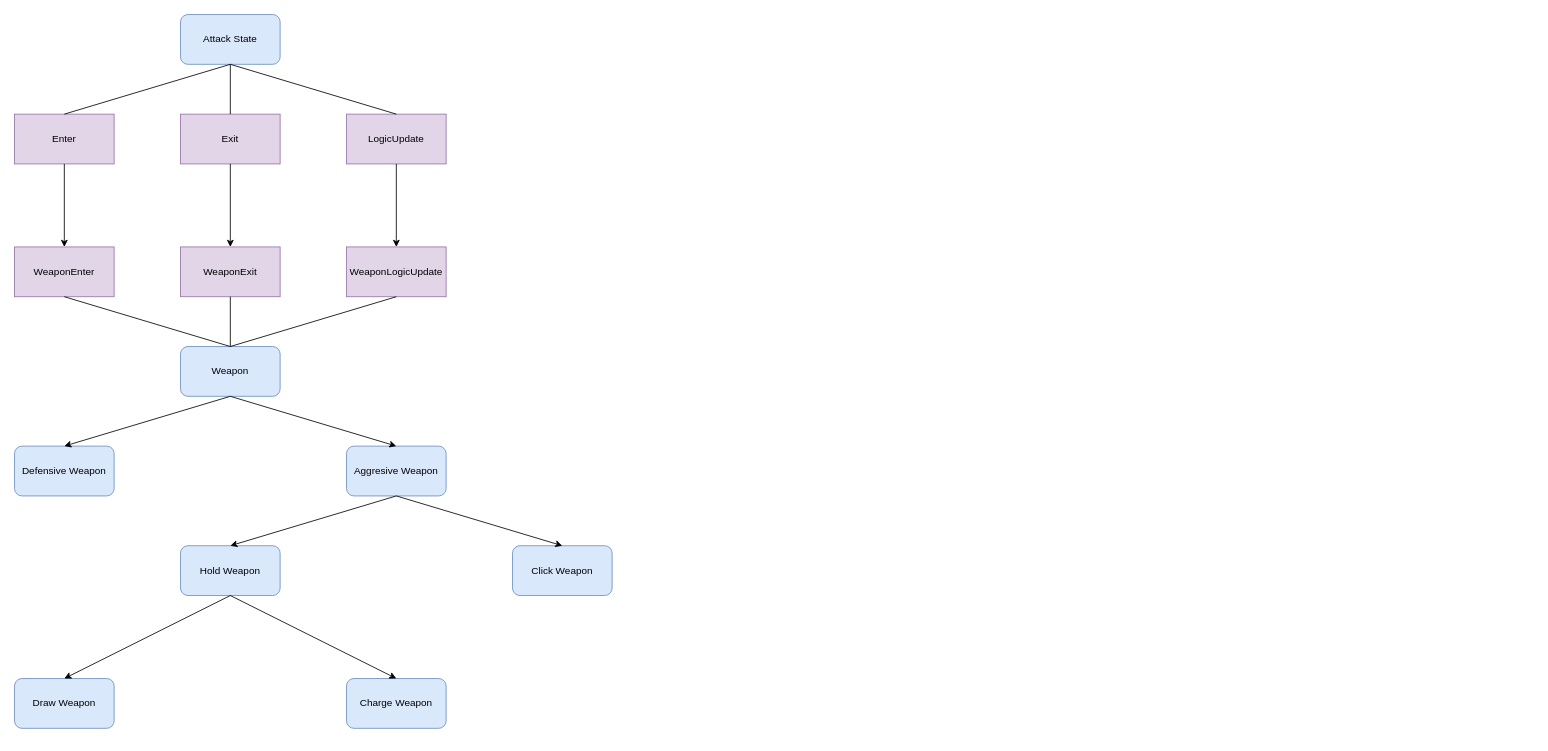
Before: page "PlayerMultiWeaponAttackState" (4 of 4) of MaquinaEstadosPlayer.drawio in DarkSehna/GamesAlexandre, a draw.io diagram. Source tidied: cells renumbered, new cells numbered last; positions are measured from the earlier drawing's top-left corner, leaving out a move shared by most shapes. Both pictures are drawn from the tidied source at 83%, with x=0, y=0 at pixel (14, 14).
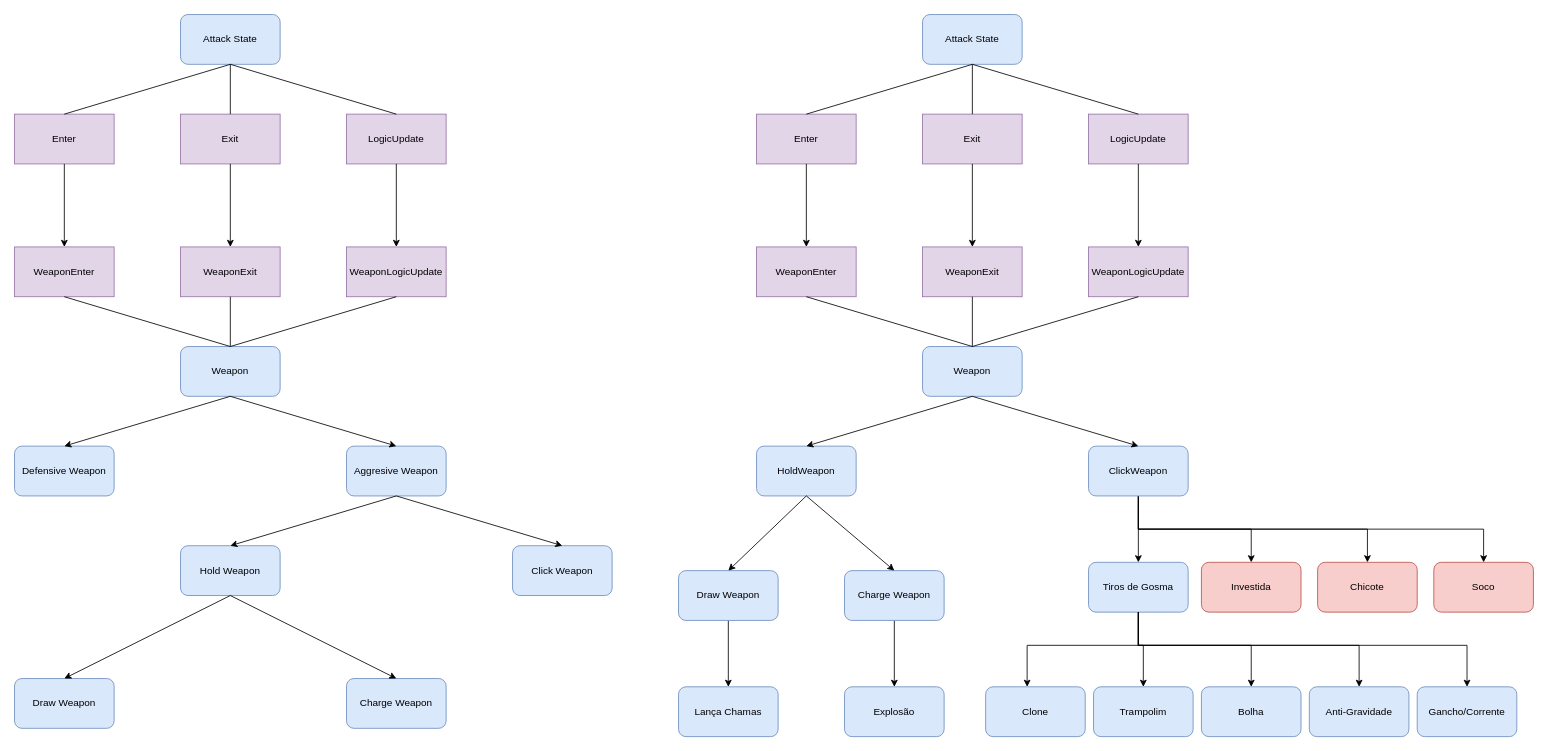
After the change.

What changed in the source:
```diff
@@
+    <mxCell id="31" value="Attack State" style="rounded=1;whiteSpace=wrap;html=1;fillColor=#dae8fc;strokeColor=#6c8ebf;" parent="1" vertex="1">
+      <mxGeometry x="1094" width="120" height="60" as="geometry" />
+    </mxCell>
+    <mxCell id="32" value="Enter" style="rounded=0;whiteSpace=wrap;html=1;fillColor=#e1d5e7;strokeColor=#9673a6;" parent="1" vertex="1">
+      <mxGeometry x="894" y="120" width="120" height="60" as="geometry" />
+    </mxCell>
+    <mxCell id="33" value="Exit" style="rounded=0;whiteSpace=wrap;html=1;fillColor=#e1d5e7;strokeColor=#9673a6;" parent="1" vertex="1">
+      <mxGeometry x="1094" y="120" width="120" height="60" as="geometry" />
+    </mxCell>
+    <mxCell id="34" value="LogicUpdate" style="rounded=0;whiteSpace=wrap;html=1;fillColor=#e1d5e7;strokeColor=#9673a6;" parent="1" vertex="1">
+      <mxGeometry x="1294" y="120" width="120" height="60" as="geometry" />
+    </mxCell>
+    <mxCell id="35" value="WeaponEnter" style="rounded=0;whiteSpace=wrap;html=1;fillColor=#e1d5e7;strokeColor=#9673a6;" parent="1" vertex="1">
+      <mxGeometry x="894" y="280" width="120" height="60" as="geometry" />
+    </mxCell>
+    <mxCell id="36" value="WeaponExit" style="rounded=0;whiteSpace=wrap;html=1;fillColor=#e1d5e7;strokeColor=#9673a6;" parent="1" vertex="1">
+      <mxGeometry x="1094" y="280" width="120" height="60" as="geometry" />
+    </mxCell>
+    <mxCell id="37" value="WeaponLogicUpdate" style="rounded=0;whiteSpace=wrap;html=1;fillColor=#e1d5e7;strokeColor=#9673a6;" parent="1" vertex="1">
+      <mxGeometry x="1294" y="280" width="120" height="60" as="geometry" />
+    </mxCell>
+    <mxCell id="38" value="Weapon" style="rounded=1;whiteSpace=wrap;html=1;fillColor=#dae8fc;strokeColor=#6c8ebf;" parent="1" vertex="1">
+      <mxGeometry x="1094" y="400" width="120" height="60" as="geometry" />
+    </mxCell>
+    <mxCell id="39" value="HoldWeapon" style="rounded=1;whiteSpace=wrap;html=1;fillColor=#dae8fc;strokeColor=#6c8ebf;" parent="1" vertex="1">
+      <mxGeometry x="894" y="520" width="120" height="60" as="geometry" />
+    </mxCell>
+    <mxCell id="40" style="edgeStyle=orthogonalEdgeStyle;rounded=0;jettySize=auto;html=1;exitX=0.5;exitY=1;exitDx=0;exitDy=0;" parent="1" edge="1" source="44" target="67">
+      <mxGeometry relative="1" as="geometry">
+        <Array as="points">
+          <mxPoint x="1354" y="620" />
+          <mxPoint x="1490" y="620" />
+        </Array>
+      </mxGeometry>
+    </mxCell>
+    <mxCell id="41" style="edgeStyle=orthogonalEdgeStyle;rounded=0;jettySize=auto;html=1;" parent="1" edge="1" source="44" target="68">
+      <mxGeometry relative="1" as="geometry">
+        <Array as="points">
+          <mxPoint x="1354" y="620" />
+          <mxPoint x="1630" y="620" />
+        </Array>
+      </mxGeometry>
+    </mxCell>
+    <mxCell id="42" style="edgeStyle=orthogonalEdgeStyle;rounded=0;jettySize=auto;html=1;" parent="1" edge="1" source="44" target="69">
+      <mxGeometry relative="1" as="geometry">
+        <Array as="points">
+          <mxPoint x="1354" y="620" />
+          <mxPoint x="1770" y="620" />
+        </Array>
+      </mxGeometry>
+    </mxCell>
+    <mxCell id="43" style="edgeStyle=orthogonalEdgeStyle;rounded=0;jettySize=auto;html=1;" parent="1" edge="1" source="44" target="73">
+      <mxGeometry relative="1" as="geometry" />
+    </mxCell>
+    <mxCell id="44" value="ClickWeapon" style="rounded=1;whiteSpace=wrap;html=1;fillColor=#dae8fc;strokeColor=#6c8ebf;" parent="1" vertex="1">
+      <mxGeometry x="1294" y="520" width="120" height="60" as="geometry" />
+    </mxCell>
+    <mxCell id="45" style="edgeStyle=orthogonalEdgeStyle;rounded=0;jettySize=auto;html=1;" parent="1" edge="1" source="46" target="71">
+      <mxGeometry relative="1" as="geometry" />
+    </mxCell>
+    <mxCell id="46" value="Draw Weapon" style="rounded=1;whiteSpace=wrap;html=1;fillColor=#dae8fc;strokeColor=#6c8ebf;" parent="1" vertex="1">
+      <mxGeometry x="800" y="670" width="120" height="60" as="geometry" />
+    </mxCell>
+    <mxCell id="47" style="edgeStyle=orthogonalEdgeStyle;rounded=0;jettySize=auto;html=1;" parent="1" edge="1" source="48" target="70">
+      <mxGeometry relative="1" as="geometry" />
+    </mxCell>
+    <mxCell id="48" value="Charge Weapon" style="rounded=1;whiteSpace=wrap;html=1;fillColor=#dae8fc;strokeColor=#6c8ebf;" parent="1" vertex="1">
+      <mxGeometry x="1000" y="670" width="120" height="60" as="geometry" />
+    </mxCell>
+    <mxCell id="49" style="endArrow=none;html=1;entryX=0.5;entryY=1;entryDx=0;entryDy=0;exitX=0.5;exitY=0;exitDx=0;exitDy=0;" parent="1" edge="1" source="32" target="31">
+      <mxGeometry relative="1" as="geometry" />
+    </mxCell>
+    <mxCell id="50" style="endArrow=none;html=1;entryX=0.5;entryY=1;entryDx=0;entryDy=0;exitX=0.5;exitY=0;exitDx=0;exitDy=0;" parent="1" edge="1" source="33" target="31">
+      <mxGeometry relative="1" as="geometry" />
+    </mxCell>
+    <mxCell id="51" style="endArrow=none;html=1;entryX=0.5;entryY=1;entryDx=0;entryDy=0;exitX=0.5;exitY=0;exitDx=0;exitDy=0;" parent="1" edge="1" source="34" target="31">
+      <mxGeometry relative="1" as="geometry" />
+    </mxCell>
+    <mxCell id="52" style="endArrow=classic;html=1;exitX=0.5;exitY=1;exitDx=0;exitDy=0;entryX=0.5;entryY=0;entryDx=0;entryDy=0;" parent="1" edge="1" source="32" target="35">
+      <mxGeometry relative="1" as="geometry" />
+    </mxCell>
+    <mxCell id="53" style="endArrow=classic;html=1;exitX=0.5;exitY=1;exitDx=0;exitDy=0;entryX=0.5;entryY=0;entryDx=0;entryDy=0;" parent="1" edge="1" source="33" target="36">
+      <mxGeometry relative="1" as="geometry" />
+    </mxCell>
+    <mxCell id="54" style="endArrow=classic;html=1;exitX=0.5;exitY=1;exitDx=0;exitDy=0;entryX=0.5;entryY=0;entryDx=0;entryDy=0;" parent="1" edge="1" source="34" target="37">
+      <mxGeometry relative="1" as="geometry" />
+    </mxCell>
+    <mxCell id="55" style="endArrow=none;html=1;entryX=0.5;entryY=1;entryDx=0;entryDy=0;exitX=0.5;exitY=0;exitDx=0;exitDy=0;" parent="1" edge="1" source="38" target="35">
+      <mxGeometry relative="1" as="geometry" />
+    </mxCell>
+    <mxCell id="56" style="endArrow=none;html=1;entryX=0.5;entryY=1;entryDx=0;entryDy=0;exitX=0.5;exitY=0;exitDx=0;exitDy=0;" parent="1" edge="1" source="38" target="36">
+      <mxGeometry relative="1" as="geometry" />
+    </mxCell>
+    <mxCell id="57" style="endArrow=none;html=1;entryX=0.5;entryY=1;entryDx=0;entryDy=0;exitX=0.5;exitY=0;exitDx=0;exitDy=0;" parent="1" edge="1" source="38" target="37">
+      <mxGeometry relative="1" as="geometry" />
+    </mxCell>
+    <mxCell id="58" style="endArrow=classic;html=1;exitX=0.5;exitY=1;exitDx=0;exitDy=0;entryX=0.5;entryY=0;entryDx=0;entryDy=0;" parent="1" edge="1" source="38" target="39">
+      <mxGeometry relative="1" as="geometry" />
+    </mxCell>
+    <mxCell id="59" style="endArrow=classic;html=1;exitX=0.5;exitY=1;exitDx=0;exitDy=0;entryX=0.5;entryY=0;entryDx=0;entryDy=0;" parent="1" edge="1" source="38" target="44">
+      <mxGeometry relative="1" as="geometry" />
+    </mxCell>
+    <mxCell id="60" style="endArrow=classic;html=1;exitX=0.5;exitY=1;exitDx=0;exitDy=0;entryX=0.5;entryY=0;entryDx=0;entryDy=0;" parent="1" edge="1" source="39" target="46">
+      <mxGeometry relative="1" as="geometry" />
+    </mxCell>
+    <mxCell id="61" style="endArrow=classic;html=1;exitX=0.5;exitY=1;exitDx=0;exitDy=0;entryX=0.5;entryY=0;entryDx=0;entryDy=0;" parent="1" edge="1" source="39" target="48">
+      <mxGeometry relative="1" as="geometry" />
+    </mxCell>
+    <mxCell id="62" value="Trampolim" style="whiteSpace=wrap;html=1;rounded=1;strokeColor=#6c8ebf;fillColor=#dae8fc;" parent="1" vertex="1">
+      <mxGeometry x="1300" y="810" width="120" height="60" as="geometry" />
+    </mxCell>
+    <mxCell id="63" value="Clone" style="whiteSpace=wrap;html=1;rounded=1;strokeColor=#6c8ebf;fillColor=#dae8fc;" parent="1" vertex="1">
+      <mxGeometry x="1170" y="810" width="120" height="60" as="geometry" />
+    </mxCell>
+    <mxCell id="64" value="Bolha" style="whiteSpace=wrap;html=1;rounded=1;strokeColor=#6c8ebf;fillColor=#dae8fc;" parent="1" vertex="1">
+      <mxGeometry x="1430" y="810" width="120" height="60" as="geometry" />
+    </mxCell>
+    <mxCell id="65" value="Anti-Gravidade" style="whiteSpace=wrap;html=1;rounded=1;strokeColor=#6c8ebf;fillColor=#dae8fc;" parent="1" vertex="1">
+      <mxGeometry x="1560" y="810" width="120" height="60" as="geometry" />
+    </mxCell>
+    <mxCell id="66" value="Gancho/Corrente" style="whiteSpace=wrap;html=1;rounded=1;strokeColor=#6c8ebf;fillColor=#dae8fc;" parent="1" vertex="1">
+      <mxGeometry x="1690" y="810" width="120" height="60" as="geometry" />
+    </mxCell>
+    <mxCell id="67" value="Investida" style="whiteSpace=wrap;html=1;rounded=1;strokeColor=#b85450;fillColor=#f8cecc;" parent="1" vertex="1">
+      <mxGeometry x="1430" y="660" width="120" height="60" as="geometry" />
+    </mxCell>
+    <mxCell id="68" value="Chicote" style="whiteSpace=wrap;html=1;rounded=1;strokeColor=#b85450;fillColor=#f8cecc;" parent="1" vertex="1">
+      <mxGeometry x="1570" y="660" width="120" height="60" as="geometry" />
+    </mxCell>
+    <mxCell id="69" value="Soco" style="whiteSpace=wrap;html=1;rounded=1;strokeColor=#b85450;fillColor=#f8cecc;" parent="1" vertex="1">
+      <mxGeometry x="1710" y="660" width="120" height="60" as="geometry" />
+    </mxCell>
+    <mxCell id="70" value="Explosão" style="whiteSpace=wrap;html=1;rounded=1;strokeColor=#6c8ebf;fillColor=#dae8fc;" parent="1" vertex="1">
+      <mxGeometry x="1000" y="810" width="120" height="60" as="geometry" />
+    </mxCell>
+    <mxCell id="71" value="Lança Chamas" style="whiteSpace=wrap;html=1;rounded=1;strokeColor=#6c8ebf;fillColor=#dae8fc;" parent="1" vertex="1">
+      <mxGeometry x="800" y="810" width="120" height="60" as="geometry" />
+    </mxCell>
+    <mxCell id="72" style="edgeStyle=orthogonalEdgeStyle;rounded=0;jettySize=auto;html=1;" parent="1" edge="1" source="73">
+      <mxGeometry relative="1" as="geometry">
+        <mxPoint x="1220" y="810" as="targetPoint" />
+        <Array as="points">
+          <mxPoint x="1354" y="760" />
+          <mxPoint x="1220" y="760" />
+        </Array>
+      </mxGeometry>
+    </mxCell>
+    <mxCell id="73" value="Tiros de Gosma" style="whiteSpace=wrap;html=1;rounded=1;strokeColor=#6c8ebf;fillColor=#dae8fc;" parent="1" vertex="1">
+      <mxGeometry x="1294" y="660" width="120" height="60" as="geometry" />
+    </mxCell>
+    <mxCell id="74" style="edgeStyle=orthogonalEdgeStyle;rounded=0;jettySize=auto;html=1;exitX=0.5;exitY=1;exitDx=0;exitDy=0;entryX=0.5;entryY=0;entryDx=0;entryDy=0;" parent="1" edge="1" source="73" target="62">
+      <mxGeometry relative="1" as="geometry">
+        <Array as="points">
+          <mxPoint x="1354" y="760" />
+          <mxPoint x="1360" y="760" />
+        </Array>
+      </mxGeometry>
+    </mxCell>
+    <mxCell id="75" style="edgeStyle=orthogonalEdgeStyle;rounded=0;jettySize=auto;html=1;exitX=0.5;exitY=1;exitDx=0;exitDy=0;entryX=0.5;entryY=0;entryDx=0;entryDy=0;" parent="1" edge="1" source="73" target="64">
+      <mxGeometry relative="1" as="geometry">
+        <Array as="points">
+          <mxPoint x="1354" y="760" />
+          <mxPoint x="1490" y="760" />
+        </Array>
+      </mxGeometry>
+    </mxCell>
+    <mxCell id="76" style="edgeStyle=orthogonalEdgeStyle;rounded=0;jettySize=auto;html=1;exitX=0.5;exitY=1;exitDx=0;exitDy=0;entryX=0.5;entryY=0;entryDx=0;entryDy=0;" parent="1" edge="1" source="73" target="65">
+      <mxGeometry relative="1" as="geometry">
+        <Array as="points">
+          <mxPoint x="1354" y="760" />
+          <mxPoint x="1620" y="760" />
+        </Array>
+      </mxGeometry>
+    </mxCell>
+    <mxCell id="77" style="edgeStyle=orthogonalEdgeStyle;rounded=0;jettySize=auto;html=1;exitX=0.5;exitY=1;exitDx=0;exitDy=0;entryX=0.5;entryY=0;entryDx=0;entryDy=0;" parent="1" edge="1" source="73" target="66">
+      <mxGeometry relative="1" as="geometry">
+        <Array as="points">
+          <mxPoint x="1354" y="760" />
+          <mxPoint x="1750" y="760" />
+        </Array>
+      </mxGeometry>
+    </mxCell>
```
